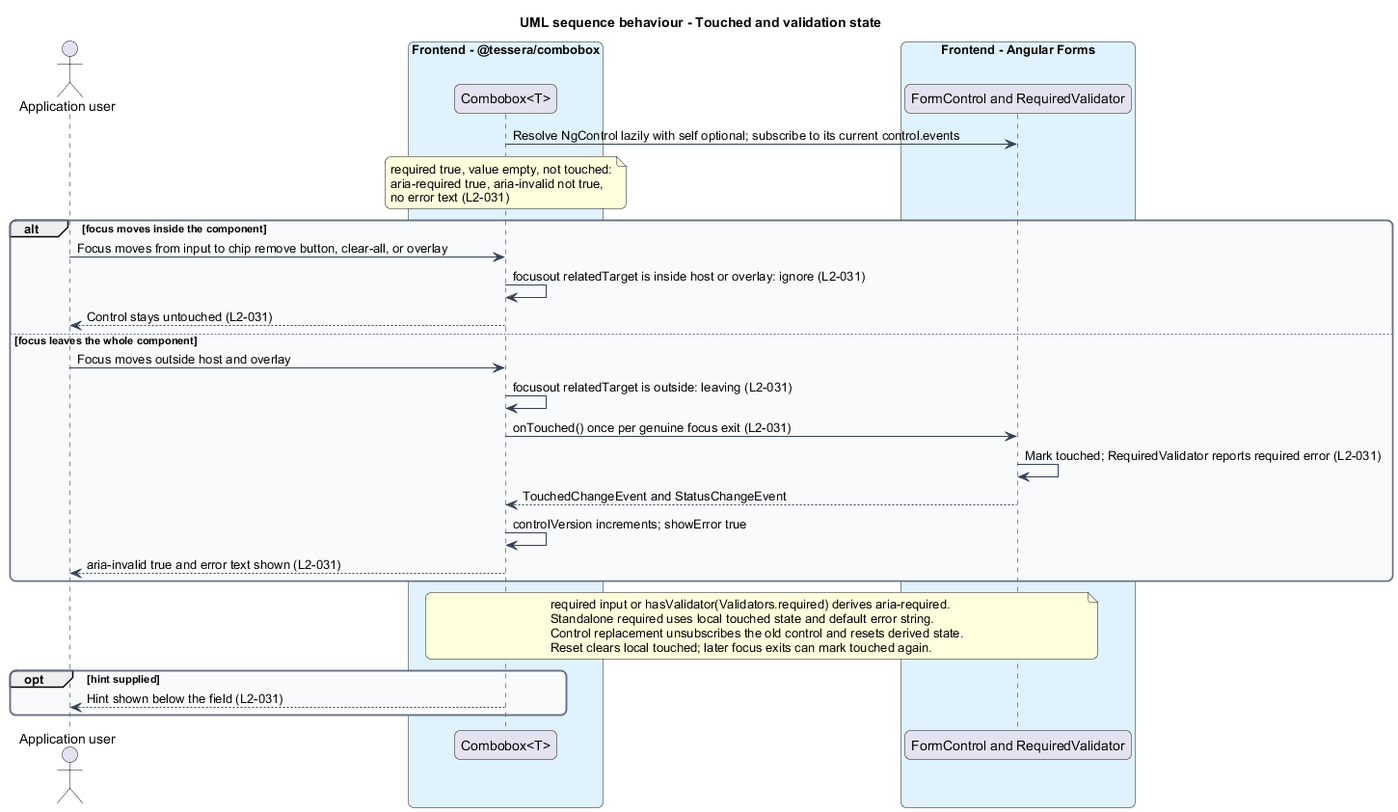
Above: docs/detailed-designs/combobox/integrate-forms/diagrams/sequence-touched-validation.png in QuinntyneBrown/Tessera (PlantUML), before the change.
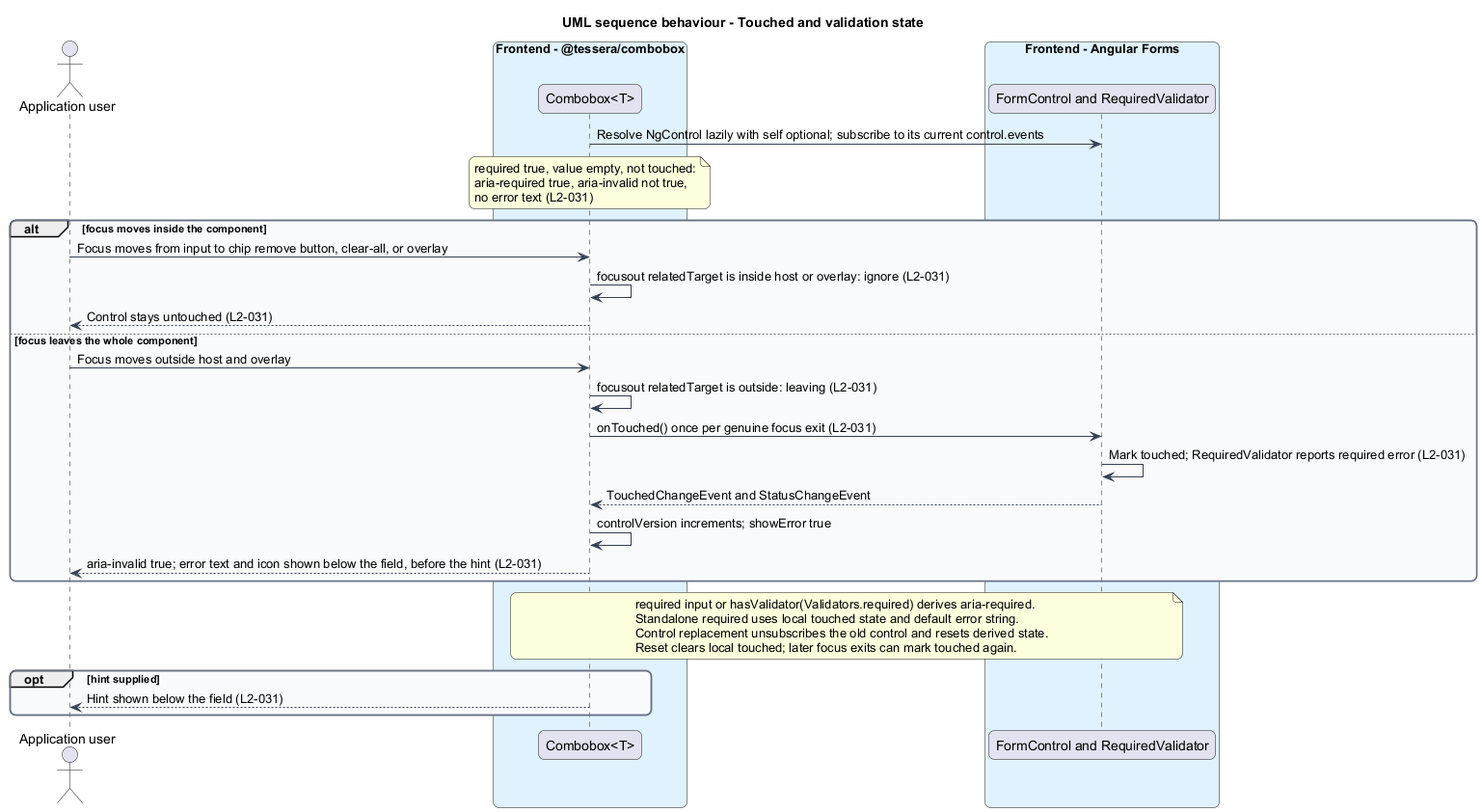
The same file after the commit.

What changed in the source:
```diff
@@ -39,7 +39,7 @@
   fc -> fc : Mark touched; RequiredValidator reports required error (L2-031)
   fc --> combo : TouchedChangeEvent and StatusChangeEvent
   combo -> combo : controlVersion increments; showError true
-  combo --> user : aria-invalid true and error text shown (L2-031)
+  combo --> user : aria-invalid true; error text and icon shown below the field, before the hint (L2-031)
 end
 note over combo, fc
   required input or hasValidator(Validators.required) derives aria-required.
```
